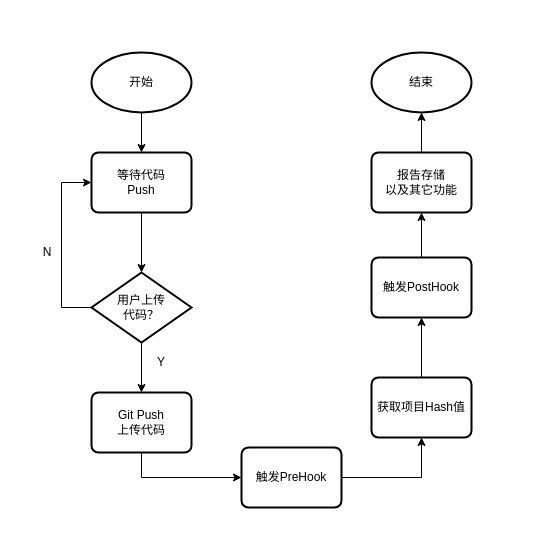
Above: res/模块设计2.drawio in BarnabyAlexandraBaron/USTB_Washing_Machine (draw.io), before the change. Source tidied: cells renumbered, new cells numbered last; positions are measured from the earlier drawing's top-left corner, leaving out a move shared by most shapes. Both pictures are drawn from the tidied source at 100%, with x=0, y=0 at pixel (17, 52).
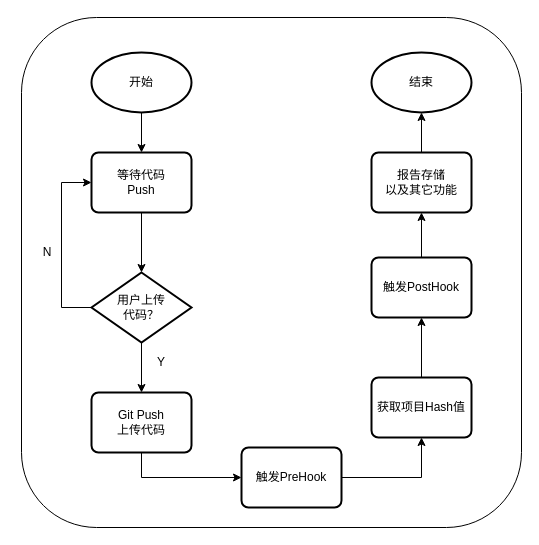
Above is the later version.

Commit message (it also covers changes not shown here):
更新模块设计2.drawio

What changed in the source:
```diff
@@
+    <mxCell id="22" style="rounded=1;whiteSpace=wrap;html=1;" parent="1" vertex="1">
+      <mxGeometry x="4" y="-35" width="500" height="510" as="geometry" />
+    </mxCell>
```
